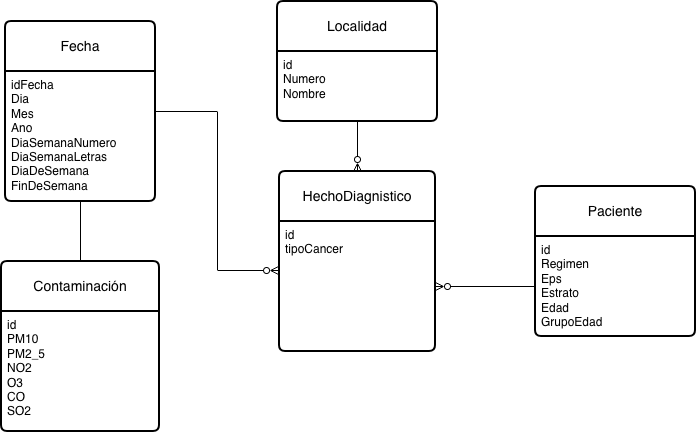
This is Proyecto2PrimerModelo.drawio.png from CamiloC21/DiagramasIN, a draw.io export, as it was before one commit. Source tidied: cells renumbered, new cells last; positions are measured from the earlier drawing's top-left corner, leaving out a move shared by most shapes.
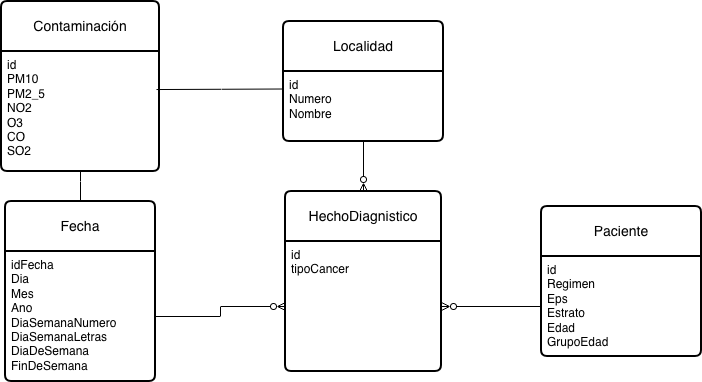
The same diagram one commit later.

The edit, as a diff of the source:
```diff
@@ -3,7 +3,7 @@
     <mxCell id="0" />
     <mxCell id="1" parent="0" />
     <mxCell id="2" value="Fecha" style="swimlane;horizontal=1;startSize=50;rounded=1;fontSize=14;fontStyle=0;strokeWidth=2;shadow=0;dashed=0;align=center;arcSize=4;whiteSpace=wrap;html=1;" parent="1" vertex="1">
-      <mxGeometry x="4" y="20" width="150" height="180" as="geometry" />
+      <mxGeometry x="-2" y="180" width="150" height="180" as="geometry" />
     </mxCell>
     <mxCell id="3" value="idFecha&lt;div&gt;Dia&lt;/div&gt;&lt;div&gt;Mes&lt;/div&gt;&lt;div&gt;Ano&lt;/div&gt;&lt;div&gt;DiaSemanaNumero&lt;/div&gt;&lt;div&gt;DiaSemanaLetras&lt;/div&gt;&lt;div&gt;DiaDeSemana&lt;/div&gt;&lt;div&gt;FinDeSemana&lt;/div&gt;" style="align=left;strokeColor=none;fillColor=none;spacingLeft=4;spacingRight=4;fontSize=12;verticalAlign=top;html=1;whiteSpace=wrap;" parent="2" vertex="1">
       <mxGeometry y="50" width="150" height="130" as="geometry" />
@@ -26,23 +26,26 @@
     <mxCell id="9" value="id&lt;div&gt;Regimen&lt;/div&gt;&lt;div&gt;Eps&lt;/div&gt;&lt;div&gt;Estrato&lt;/div&gt;&lt;div&gt;Edad&lt;/div&gt;&lt;div&gt;GrupoEdad&lt;/div&gt;" style="align=left;strokeColor=none;fillColor=none;spacingLeft=4;spacingRight=4;fontSize=12;verticalAlign=top;html=1;whiteSpace=wrap;" parent="8" vertex="1">
       <mxGeometry y="50" width="160" height="100" as="geometry" />
     </mxCell>
-    <mxCell id="10" style="edgeStyle=orthogonalEdgeStyle;rounded=0;jettySize=auto;html=1;entryX=0.5;entryY=1;entryDx=0;entryDy=0;endArrow=none;endFill=0;" parent="1" edge="1" source="11" target="3">
-      <mxGeometry relative="1" as="geometry" />
-    </mxCell>
     <mxCell id="11" value="Contaminación" style="swimlane;horizontal=1;startSize=50;rounded=1;fontSize=14;fontStyle=0;strokeWidth=2;shadow=0;dashed=0;align=center;arcSize=4;whiteSpace=wrap;html=1;" parent="1" vertex="1">
-      <mxGeometry y="260" width="158" height="170" as="geometry" />
+      <mxGeometry x="-6" y="-20" width="158" height="170" as="geometry" />
     </mxCell>
     <mxCell id="12" value="id&lt;div&gt;&lt;div&gt;PM10&lt;/div&gt;&lt;div&gt;PM2_5&lt;/div&gt;&lt;div&gt;NO2&lt;/div&gt;&lt;div&gt;O3&lt;/div&gt;&lt;div&gt;CO&lt;/div&gt;&lt;div&gt;SO2&lt;/div&gt;&lt;/div&gt;" style="align=left;strokeColor=none;fillColor=none;spacingLeft=4;spacingRight=4;fontSize=12;verticalAlign=top;html=1;whiteSpace=wrap;" parent="11" vertex="1">
       <mxGeometry y="50" width="158" height="120" as="geometry" />
     </mxCell>
-    <mxCell id="13" style="edgeStyle=orthogonalEdgeStyle;rounded=0;jettySize=auto;html=1;entryX=-0.006;entryY=0.377;entryDx=0;entryDy=0;entryPerimeter=0;endArrow=ERzeroToMany;endFill=0;" parent="1" edge="1" source="2" target="7">
-      <mxGeometry relative="1" as="geometry" />
-    </mxCell>
     <mxCell id="14" style="edgeStyle=orthogonalEdgeStyle;rounded=0;jettySize=auto;html=1;entryX=0.5;entryY=0;entryDx=0;entryDy=0;endArrow=ERzeroToMany;endFill=0;" parent="1" edge="1" source="5" target="6">
       <mxGeometry relative="1" as="geometry" />
     </mxCell>
     <mxCell id="15" style="edgeStyle=orthogonalEdgeStyle;rounded=0;jettySize=auto;html=1;entryX=1;entryY=0.5;entryDx=0;entryDy=0;endArrow=ERzeroToMany;endFill=0;" parent="1" edge="1" source="9" target="7">
       <mxGeometry relative="1" as="geometry" />
     </mxCell>
+    <mxCell id="16" style="edgeStyle=orthogonalEdgeStyle;rounded=0;jettySize=auto;html=1;entryX=0;entryY=0.5;entryDx=0;entryDy=0;endArrow=ERzeroToMany;endFill=0;" parent="1" edge="1" source="3" target="7">
+      <mxGeometry relative="1" as="geometry" />
+    </mxCell>
+    <mxCell id="17" style="edgeStyle=orthogonalEdgeStyle;rounded=0;jettySize=auto;html=1;entryX=0.5;entryY=0;entryDx=0;entryDy=0;endArrow=none;endFill=0;" parent="1" edge="1" source="12" target="2">
+      <mxGeometry relative="1" as="geometry" />
+    </mxCell>
+    <mxCell id="18" style="edgeStyle=orthogonalEdgeStyle;rounded=0;jettySize=auto;html=1;exitX=0;exitY=0.25;exitDx=0;exitDy=0;entryX=0.981;entryY=0.317;entryDx=0;entryDy=0;entryPerimeter=0;endArrow=none;endFill=0;" parent="1" edge="1" source="5" target="12">
+      <mxGeometry relative="1" as="geometry" />
+    </mxCell>
   </root>
 </mxGraphModel>
```
